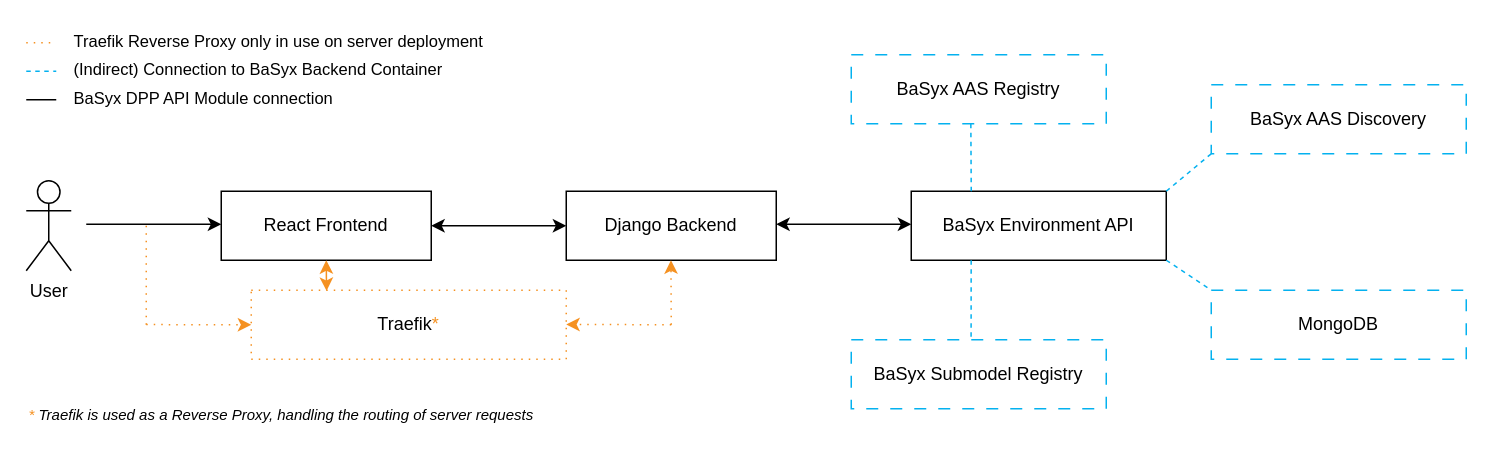
Earlier version of the draw.io diagram PROJECT/SAS/src/grey-box-view/TINF24F_SAS_Team_6_Grey-Box-View.drawio (DHBW-TINF24F/Team6-BaSyx-DPP-API). Source tidied: cells renumbered, new cells numbered last; positions are measured from the earlier drawing's top-left corner, leaving out a move shared by most shapes. Both pictures are drawn from the tidied source at 150%, with x=0, y=0 at pixel (26, 26).
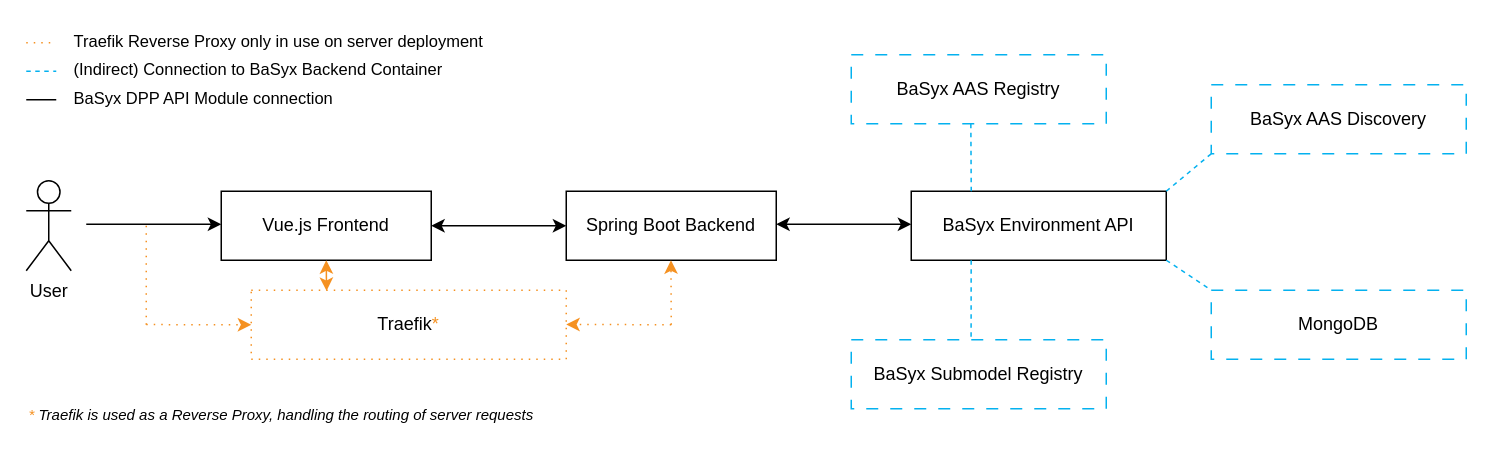
Above is the later version.

Commit message (it also covers changes not shown here):
altered front- and backend technologies + changed diagrams

Diff of the diagram source:
```diff
@@
-    <mxCell id="4" value="React Frontend" style="rounded=0;whiteSpace=wrap;html=1;" parent="1" vertex="1">
+    <mxCell id="4" value="Vue.js Frontend" style="rounded=0;whiteSpace=wrap;html=1;" parent="1" vertex="1">
       <mxGeometry x="130" y="110" width="140" height="46" as="geometry" />
     </mxCell>
@@
-    <mxCell id="6" value="Django Backend" style="rounded=0;whiteSpace=wrap;html=1;" parent="1" vertex="1">
+    <mxCell id="6" value="Spring Boot Backend" style="rounded=0;whiteSpace=wrap;html=1;" parent="1" vertex="1">
       <mxGeometry x="360" y="110" width="140" height="46" as="geometry" />
     </mxCell>
```
